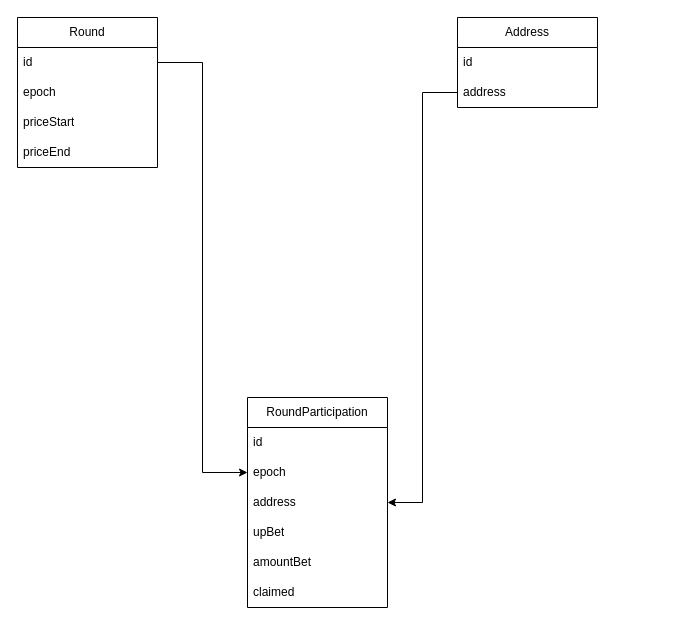
Earlier version of the draw.io diagram page "Page-6" (6 of 6) of docs/diagram.drawio (notrustverify/predictalph-contracts). Source tidied: cells renumbered, new cells numbered last; positions are measured from the earlier drawing's top-left corner, leaving out a move shared by most shapes. Both pictures are drawn from the tidied source at 100%, with x=0, y=0 at pixel (17, 17).
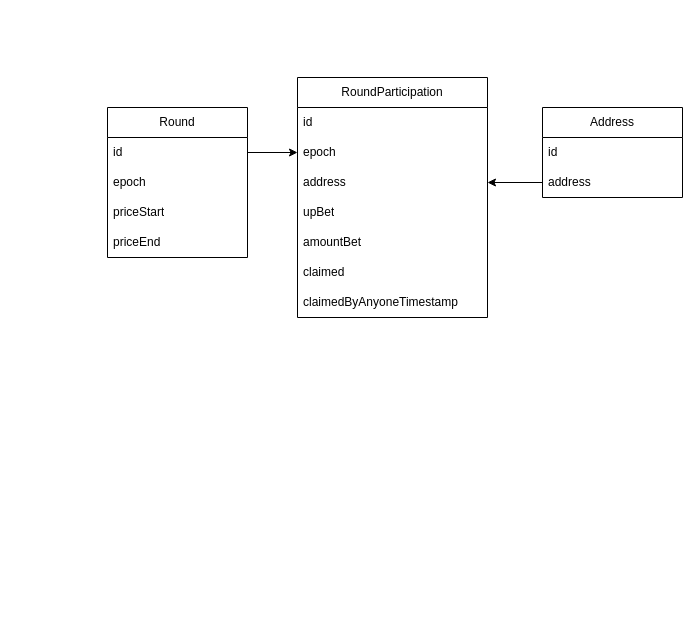
After the change.

Diff of the diagram source:
```diff
@@
 <mxGraphModel>
   <root>
     <mxCell id="0" />
     <mxCell id="1" parent="0" />
     <mxCell id="2" value="Round" style="swimlane;fontStyle=0;horizontal=1;startSize=30;whiteSpace=wrap;html=1;" parent="1" vertex="1">
-      <mxGeometry width="140" height="150" as="geometry" />
+      <mxGeometry x="90" y="90" width="140" height="150" as="geometry" />
     </mxCell>
     <mxCell id="3" value="id" style="text;strokeColor=none;fillColor=none;align=left;verticalAlign=middle;spacingLeft=4;spacingRight=4;overflow=hidden;points=[[0,0.5],[1,0.5]];portConstraint=eastwest;whiteSpace=wrap;html=1;" parent="2" vertex="1">
       <mxGeometry y="30" width="140" height="30" as="geometry" />
     </mxCell>
     <mxCell id="4" value="epoch" style="text;strokeColor=none;fillColor=none;align=left;verticalAlign=middle;spacingLeft=4;spacingRight=4;overflow=hidden;whiteSpace=wrap;html=1;" parent="2" vertex="1">
       <mxGeometry y="60" width="140" height="30" as="geometry" />
     </mxCell>
     <mxCell id="5" value="priceStart" style="text;strokeColor=none;fillColor=none;align=left;verticalAlign=middle;spacingLeft=4;spacingRight=4;overflow=hidden;whiteSpace=wrap;html=1;" parent="2" vertex="1">
       <mxGeometry y="90" width="140" height="30" as="geometry" />
     </mxCell>
     <mxCell id="6" value="priceEnd" style="text;strokeColor=none;fillColor=none;align=left;verticalAlign=middle;spacingLeft=4;spacingRight=4;overflow=hidden;whiteSpace=wrap;html=1;" parent="2" vertex="1">
       <mxGeometry y="120" width="140" height="30" as="geometry" />
     </mxCell>
     <mxCell id="7" value="Address" style="swimlane;fontStyle=0;horizontal=1;startSize=30;whiteSpace=wrap;html=1;" parent="1" vertex="1">
-      <mxGeometry x="440" width="140" height="90" as="geometry" />
+      <mxGeometry x="525" y="90" width="140" height="90" as="geometry" />
     </mxCell>
     <mxCell id="8" value="id" style="text;strokeColor=none;fillColor=none;align=left;verticalAlign=middle;spacingLeft=4;spacingRight=4;overflow=hidden;whiteSpace=wrap;html=1;" parent="7" vertex="1">
       <mxGeometry y="30" width="140" height="30" as="geometry" />
     </mxCell>
     <mxCell id="9" value="address" style="text;strokeColor=none;fillColor=none;align=left;verticalAlign=middle;spacingLeft=4;spacingRight=4;overflow=hidden;points=[[0,0.5],[1,0.5]];portConstraint=eastwest;whiteSpace=wrap;html=1;" parent="7" vertex="1">
       <mxGeometry y="60" width="140" height="30" as="geometry" />
     </mxCell>
     <mxCell id="10" value="RoundParticipation" style="swimlane;fontStyle=0;horizontal=1;startSize=30;whiteSpace=wrap;html=1;" parent="1" vertex="1">
-      <mxGeometry x="230" y="380" width="140" height="210" as="geometry" />
+      <mxGeometry x="280" y="60" width="190" height="240" as="geometry" />
     </mxCell>
     <mxCell id="11" value="id" style="text;strokeColor=none;fillColor=none;align=left;verticalAlign=middle;spacingLeft=4;spacingRight=4;overflow=hidden;whiteSpace=wrap;html=1;" parent="10" vertex="1">
-      <mxGeometry y="30" width="140" height="30" as="geometry" />
+      <mxGeometry y="30" width="190" height="30" as="geometry" />
     </mxCell>
     <mxCell id="12" value="epoch" style="text;strokeColor=none;fillColor=none;align=left;verticalAlign=middle;spacingLeft=4;spacingRight=4;overflow=hidden;points=[[0,0.5],[1,0.5]];portConstraint=eastwest;whiteSpace=wrap;html=1;" parent="10" vertex="1">
-      <mxGeometry y="60" width="140" height="30" as="geometry" />
+      <mxGeometry y="60" width="190" height="30" as="geometry" />
     </mxCell>
     <mxCell id="13" value="address" style="text;strokeColor=none;fillColor=none;align=left;verticalAlign=middle;spacingLeft=4;spacingRight=4;overflow=hidden;points=[[0,0.5],[1,0.5]];portConstraint=eastwest;whiteSpace=wrap;html=1;" parent="10" vertex="1">
-      <mxGeometry y="90" width="140" height="30" as="geometry" />
+      <mxGeometry y="90" width="190" height="30" as="geometry" />
     </mxCell>
     <mxCell id="14" value="upBet" style="text;strokeColor=none;fillColor=none;align=left;verticalAlign=middle;spacingLeft=4;spacingRight=4;overflow=hidden;whiteSpace=wrap;html=1;" parent="10" vertex="1">
-      <mxGeometry y="120" width="140" height="30" as="geometry" />
+      <mxGeometry y="120" width="190" height="30" as="geometry" />
     </mxCell>
     <mxCell id="15" value="amountBet" style="text;strokeColor=none;fillColor=none;align=left;verticalAlign=middle;spacingLeft=4;spacingRight=4;overflow=hidden;whiteSpace=wrap;html=1;" parent="10" vertex="1">
-      <mxGeometry y="150" width="140" height="30" as="geometry" />
+      <mxGeometry y="150" width="190" height="30" as="geometry" />
     </mxCell>
     <mxCell id="16" value="claimed" style="text;strokeColor=none;fillColor=none;align=left;verticalAlign=middle;spacingLeft=4;spacingRight=4;overflow=hidden;whiteSpace=wrap;html=1;" parent="10" vertex="1">
-      <mxGeometry y="180" width="140" height="30" as="geometry" />
+      <mxGeometry y="180" width="190" height="30" as="geometry" />
     </mxCell>
+    <mxCell id="19" value="&lt;div style=&quot;background-color: rgb(255, 255, 255); line-height: 19px;&quot;&gt;&lt;font style=&quot;font-size: 12px;&quot;&gt;claimedByAnyoneTimestamp&lt;/font&gt;&lt;/div&gt;" style="text;strokeColor=none;fillColor=none;align=left;verticalAlign=middle;spacingLeft=4;spacingRight=4;overflow=hidden;whiteSpace=wrap;html=1;" parent="10" vertex="1">
+      <mxGeometry y="210" width="190" height="30" as="geometry" />
+    </mxCell>
     <mxCell id="17" style="edgeStyle=orthogonalEdgeStyle;rounded=0;jettySize=auto;html=1;exitX=1;exitY=0.5;exitDx=0;exitDy=0;entryX=0;entryY=0.5;entryDx=0;entryDy=0;" parent="1" edge="1" source="3" target="12">
       <mxGeometry relative="1" as="geometry" />
     </mxCell>
     <mxCell id="18" style="edgeStyle=orthogonalEdgeStyle;rounded=0;jettySize=auto;html=1;exitX=0;exitY=0.5;exitDx=0;exitDy=0;entryX=1;entryY=0.5;entryDx=0;entryDy=0;" parent="1" edge="1" source="9" target="13">
       <mxGeometry relative="1" as="geometry" />
     </mxCell>
   </root>
 </mxGraphModel>
```
